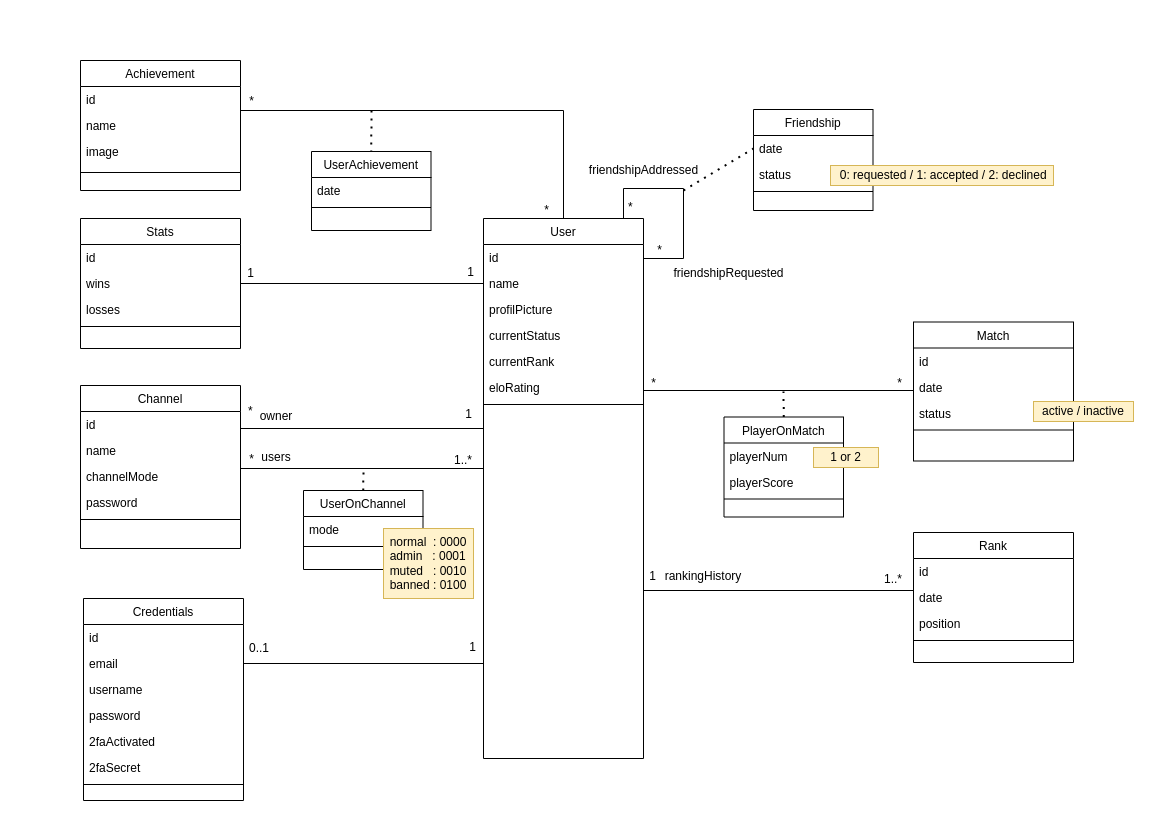
This is doc/datamodel.png from transcendence-42/ft_transcendence, a draw.io export, as it was before one commit. Source tidied: cells renumbered, new cells last; positions are measured from the earlier drawing's top-left corner, leaving out a move shared by most shapes.
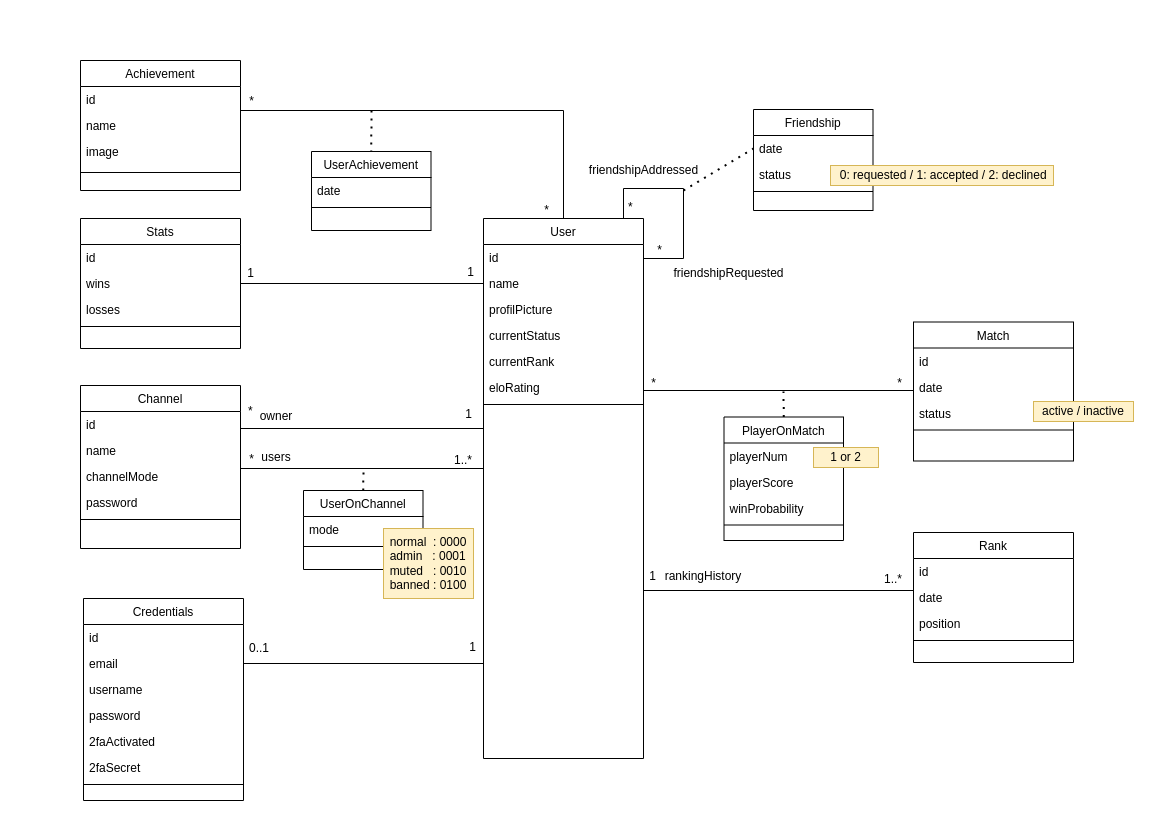
The same diagram one commit later.

Diff of the diagram source:
```diff
@@ -245,7 +245,7 @@
       </mxGeometry>
     </mxCell>
     <mxCell id="67" value="PlayerOnMatch" style="swimlane;fontStyle=0;align=center;verticalAlign=top;horizontal=1;startSize=26;rounded=0;shadow=0;strokeWidth=1;" parent="1" vertex="1">
-      <mxGeometry x="643.5" y="356.5" width="119.5" height="100" as="geometry" />
+      <mxGeometry x="643.5" y="356.5" width="119.5" height="123.5" as="geometry" />
     </mxCell>
     <mxCell id="68" value="playerNum" style="text;align=left;verticalAlign=top;spacingLeft=4;spacingRight=4;overflow=hidden;" parent="67" vertex="1">
       <mxGeometry y="26" width="119.5" height="26" as="geometry" />
@@ -253,8 +253,11 @@
     <mxCell id="69" value="playerScore" style="text;align=left;verticalAlign=top;spacingLeft=4;spacingRight=4;overflow=hidden;rounded=0;shadow=0;html=0;" parent="67" vertex="1">
       <mxGeometry y="52" width="119.5" height="26" as="geometry" />
     </mxCell>
+    <mxCell id="95" value="winProbability" style="text;align=left;verticalAlign=top;spacingLeft=4;spacingRight=4;overflow=hidden;rounded=0;shadow=0;html=0;" parent="67" vertex="1">
+      <mxGeometry y="78" width="119.5" height="26" as="geometry" />
+    </mxCell>
     <mxCell id="70" style="line;html=1;strokeWidth=1;align=left;verticalAlign=middle;spacingTop=-1;spacingLeft=3;spacingRight=3;labelPosition=right;" parent="67" vertex="1">
-      <mxGeometry y="78" width="119.5" height="8" as="geometry" />
+      <mxGeometry y="104" width="119.5" height="8" as="geometry" />
     </mxCell>
     <mxCell id="71" value="&lt;div style=&quot;text-align: left;&quot;&gt;&lt;span style=&quot;background-color: initial;&quot;&gt;1 or 2&lt;br&gt;&lt;/span&gt;&lt;/div&gt;" style="text;html=1;strokeColor=#d6b656;fillColor=#fff2cc;align=center;verticalAlign=middle;whiteSpace=wrap;rounded=0;" parent="1" vertex="1">
       <mxGeometry x="733" y="387" width="65" height="20" as="geometry" />
```
